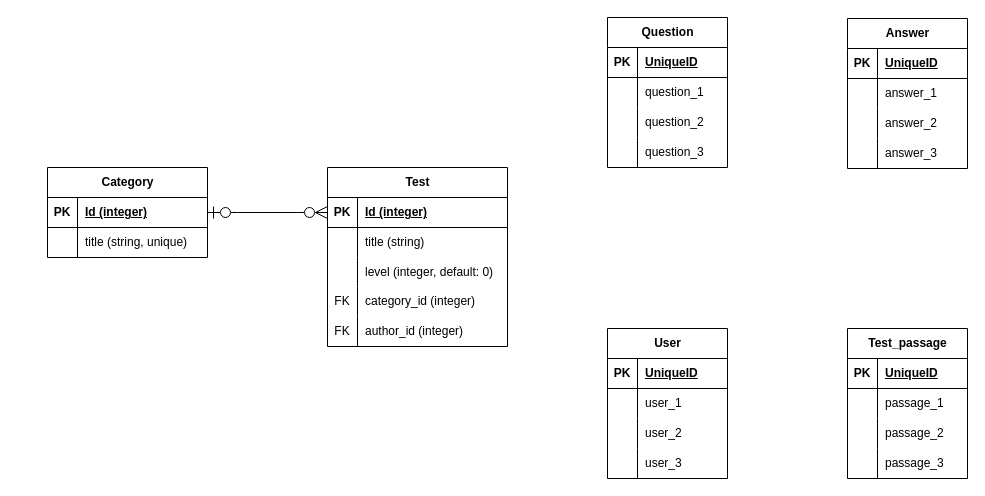
This is Untitled Diagram.drawio from RomaVega/test-guru, a draw.io file, before an edit. Source tidied: cells renumbered, new cells numbered last; positions are measured from the earlier drawing's top-left corner, leaving out a move shared by most shapes. Both pictures are drawn from the tidied source at 100%, with x=0, y=0 at pixel (47, 17).
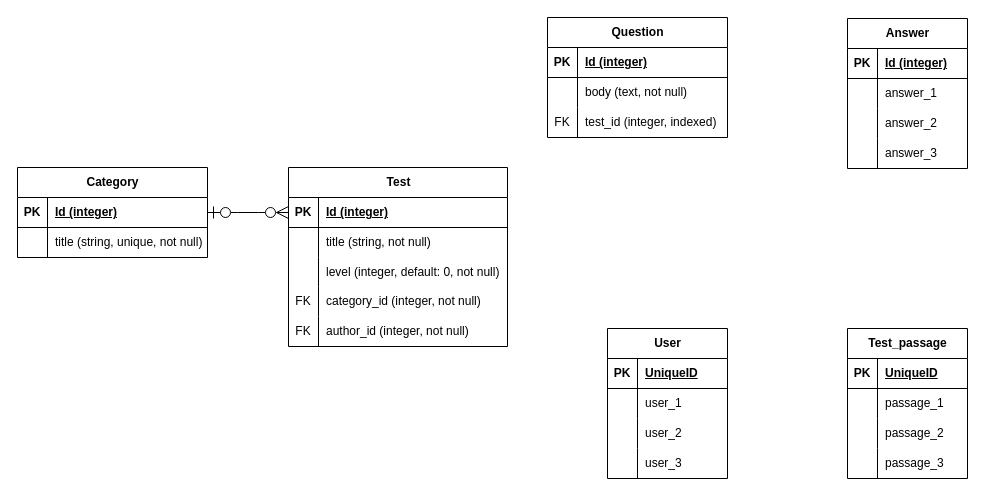
The same diagram, later.

The change refers to these unchanged cells:
```xml
<mxCell id="66" style="shape=tableRow;horizontal=0;startSize=0;swimlaneHead=0;swimlaneBody=0;fillColor=none;top=0;left=0;right=0;bottom=1;fontSize=12;" parent="65" vertex="1">
  <mxGeometry y="30" width="120" height="30" as="geometry" />
</mxCell>
```

What changed in the source:
```diff
@@
     <mxCell id="2" value="Category" style="shape=table;startSize=30;childLayout=tableLayout;rowLines=0;fontStyle=1;align=center;html=1;fontSize=12;" parent="1" vertex="1">
-      <mxGeometry y="150" width="160" height="90" as="geometry" />
+      <mxGeometry x="-30" y="150" width="190" height="90" as="geometry" />
     </mxCell>
     <mxCell id="3" style="shape=tableRow;horizontal=0;startSize=0;swimlaneHead=0;swimlaneBody=0;fillColor=none;points=[[0,0.5],[1,0.5]];portConstraint=eastwest;top=0;left=0;right=0;bottom=1;fontSize=12;" parent="2" vertex="1">
-      <mxGeometry y="30" width="160" height="30" as="geometry" />
+      <mxGeometry y="30" width="190" height="30" as="geometry" />
     </mxCell>
@@
     <mxCell id="5" value="Id (integer)" style="shape=partialRectangle;fillColor=none;top=0;left=0;bottom=0;right=0;align=left;spacingLeft=6;fontStyle=5;overflow=hidden;whiteSpace=wrap;html=1;fontSize=12;" parent="3" vertex="1">
-      <mxGeometry x="30" width="130" height="30" as="geometry" />
+      <mxGeometry x="30" width="160" height="30" as="geometry" />
     </mxCell>
     <mxCell id="6" style="shape=tableRow;horizontal=0;startSize=0;swimlaneHead=0;swimlaneBody=0;fillColor=none;top=0;left=0;right=0;bottom=0;fontSize=12;" parent="2" vertex="1">
-      <mxGeometry y="60" width="160" height="30" as="geometry" />
+      <mxGeometry y="60" width="190" height="30" as="geometry" />
     </mxCell>
@@
-    <mxCell id="8" value="title (string, unique)" style="shape=partialRectangle;fillColor=none;top=0;left=0;bottom=0;right=0;align=left;spacingLeft=6;overflow=hidden;whiteSpace=wrap;html=1;fontSize=12;" parent="6" vertex="1">
-      <mxGeometry x="30" width="130" height="30" as="geometry" />
+    <mxCell id="8" value="title (string, unique, not null)" style="shape=partialRectangle;fillColor=none;top=0;left=0;bottom=0;right=0;align=left;spacingLeft=6;overflow=hidden;whiteSpace=wrap;html=1;fontSize=12;" parent="6" vertex="1">
+      <mxGeometry x="30" width="160" height="30" as="geometry" />
     </mxCell>
     <mxCell id="9" value="Test" style="shape=table;startSize=30;childLayout=tableLayout;rowLines=0;fontStyle=1;align=center;html=1;fontSize=12;" parent="1" vertex="1">
-      <mxGeometry x="280" y="150" width="180" height="179" as="geometry" />
+      <mxGeometry x="241" y="150" width="219" height="179" as="geometry" />
     </mxCell>
     <mxCell id="10" style="shape=tableRow;horizontal=0;startSize=0;swimlaneHead=0;swimlaneBody=0;fillColor=none;points=[[0,0.5],[1,0.5]];portConstraint=eastwest;top=0;left=0;right=0;bottom=1;fontSize=12;" parent="9" vertex="1">
-      <mxGeometry y="30" width="180" height="30" as="geometry" />
+      <mxGeometry y="30" width="219" height="30" as="geometry" />
     </mxCell>
@@
     <mxCell id="12" value="Id (integer)" style="shape=partialRectangle;fillColor=none;top=0;left=0;bottom=0;right=0;align=left;spacingLeft=6;fontStyle=5;overflow=hidden;whiteSpace=wrap;html=1;fontSize=12;" parent="10" vertex="1">
-      <mxGeometry x="30" width="150" height="30" as="geometry" />
+      <mxGeometry x="30" width="189" height="30" as="geometry" />
     </mxCell>
     <mxCell id="13" style="shape=tableRow;horizontal=0;startSize=0;swimlaneHead=0;swimlaneBody=0;fillColor=none;top=0;left=0;right=0;bottom=0;fontSize=12;" parent="9" vertex="1">
-      <mxGeometry y="60" width="180" height="30" as="geometry" />
+      <mxGeometry y="60" width="219" height="30" as="geometry" />
     </mxCell>
@@
-    <mxCell id="15" value="title (string)" style="shape=partialRectangle;fillColor=none;top=0;left=0;bottom=0;right=0;align=left;spacingLeft=6;overflow=hidden;whiteSpace=wrap;html=1;fontSize=12;" parent="13" vertex="1">
-      <mxGeometry x="30" width="150" height="30" as="geometry" />
+    <mxCell id="15" value="title (string, not null)" style="shape=partialRectangle;fillColor=none;top=0;left=0;bottom=0;right=0;align=left;spacingLeft=6;overflow=hidden;whiteSpace=wrap;html=1;fontSize=12;" parent="13" vertex="1">
+      <mxGeometry x="30" width="189" height="30" as="geometry" />
     </mxCell>
     <mxCell id="16" style="shape=tableRow;horizontal=0;startSize=0;swimlaneHead=0;swimlaneBody=0;fillColor=none;top=0;left=0;right=0;bottom=0;fontSize=12;" parent="9" vertex="1">
-      <mxGeometry y="90" width="180" height="29" as="geometry" />
+      <mxGeometry y="90" width="219" height="29" as="geometry" />
     </mxCell>
@@
-    <mxCell id="18" value="level (integer, default: 0)" style="shape=partialRectangle;fillColor=none;top=0;left=0;bottom=0;right=0;align=left;spacingLeft=6;overflow=hidden;whiteSpace=wrap;html=1;fontSize=12;" parent="16" vertex="1">
-      <mxGeometry x="30" width="150" height="29" as="geometry" />
+    <mxCell id="18" value="level (integer, default: 0, not null)" style="shape=partialRectangle;fillColor=none;top=0;left=0;bottom=0;right=0;align=left;spacingLeft=6;overflow=hidden;whiteSpace=wrap;html=1;fontSize=12;" parent="16" vertex="1">
+      <mxGeometry x="30" width="189" height="29" as="geometry" />
     </mxCell>
     <mxCell id="19" style="shape=tableRow;horizontal=0;startSize=0;swimlaneHead=0;swimlaneBody=0;fillColor=none;top=0;left=0;right=0;bottom=0;fontSize=12;" parent="9" vertex="1">
-      <mxGeometry y="119" width="180" height="30" as="geometry" />
+      <mxGeometry y="119" width="219" height="30" as="geometry" />
     </mxCell>
@@
-    <mxCell id="21" value="category_id (integer)" style="shape=partialRectangle;fillColor=none;top=0;left=0;bottom=0;right=0;align=left;spacingLeft=6;overflow=hidden;whiteSpace=wrap;html=1;fontSize=12;" parent="19" vertex="1">
-      <mxGeometry x="30" width="150" height="30" as="geometry" />
+    <mxCell id="21" value="category_id (integer, not null)" style="shape=partialRectangle;fillColor=none;top=0;left=0;bottom=0;right=0;align=left;spacingLeft=6;overflow=hidden;whiteSpace=wrap;html=1;fontSize=12;" parent="19" vertex="1">
+      <mxGeometry x="30" width="189" height="30" as="geometry" />
     </mxCell>
     <mxCell id="22" style="shape=tableRow;horizontal=0;startSize=0;swimlaneHead=0;swimlaneBody=0;fillColor=none;top=0;left=0;right=0;bottom=0;fontSize=12;" parent="9" vertex="1">
-      <mxGeometry y="149" width="180" height="30" as="geometry" />
+      <mxGeometry y="149" width="219" height="30" as="geometry" />
     </mxCell>
@@
-    <mxCell id="24" value="author_id (integer)" style="shape=partialRectangle;fillColor=none;top=0;left=0;bottom=0;right=0;align=left;spacingLeft=6;overflow=hidden;whiteSpace=wrap;html=1;fontSize=12;" parent="22" vertex="1">
-      <mxGeometry x="30" width="150" height="30" as="geometry" />
+    <mxCell id="24" value="author_id (integer, not null)" style="shape=partialRectangle;fillColor=none;top=0;left=0;bottom=0;right=0;align=left;spacingLeft=6;overflow=hidden;whiteSpace=wrap;html=1;fontSize=12;" parent="22" vertex="1">
+      <mxGeometry x="30" width="189" height="30" as="geometry" />
     </mxCell>
@@
     <mxCell id="26" value="Question" style="shape=table;startSize=30;childLayout=tableLayout;rowLines=0;fontStyle=1;align=center;html=1;fontSize=12;" parent="1" vertex="1">
-      <mxGeometry x="560" width="120" height="150" as="geometry" />
+      <mxGeometry x="500" width="180" height="120" as="geometry" />
     </mxCell>
     <mxCell id="27" style="shape=tableRow;horizontal=0;startSize=0;swimlaneHead=0;swimlaneBody=0;fillColor=none;top=0;left=0;right=0;bottom=1;fontSize=12;" parent="26" vertex="1">
-      <mxGeometry y="30" width="120" height="30" as="geometry" />
+      <mxGeometry y="30" width="180" height="30" as="geometry" />
     </mxCell>
@@
-    <mxCell id="29" value="UniqueID" style="shape=partialRectangle;fillColor=none;top=0;left=0;bottom=0;right=0;align=left;spacingLeft=6;fontStyle=5;overflow=hidden;whiteSpace=wrap;html=1;fontSize=12;" parent="27" vertex="1">
-      <mxGeometry x="30" width="90" height="30" as="geometry" />
+    <mxCell id="29" value="Id (integer)" style="shape=partialRectangle;fillColor=none;top=0;left=0;bottom=0;right=0;align=left;spacingLeft=6;fontStyle=5;overflow=hidden;whiteSpace=wrap;html=1;fontSize=12;" parent="27" vertex="1">
+      <mxGeometry x="30" width="150" height="30" as="geometry" />
     </mxCell>
     <mxCell id="30" style="shape=tableRow;horizontal=0;startSize=0;swimlaneHead=0;swimlaneBody=0;fillColor=none;top=0;left=0;right=0;bottom=0;fontSize=12;" parent="26" vertex="1">
-      <mxGeometry y="60" width="120" height="30" as="geometry" />
+      <mxGeometry y="60" width="180" height="30" as="geometry" />
     </mxCell>
@@
-    <mxCell id="32" value="question_1" style="shape=partialRectangle;fillColor=none;top=0;left=0;bottom=0;right=0;align=left;spacingLeft=6;overflow=hidden;whiteSpace=wrap;html=1;fontSize=12;" parent="30" vertex="1">
-      <mxGeometry x="30" width="90" height="30" as="geometry" />
+    <mxCell id="32" value="body (text, not null)" style="shape=partialRectangle;fillColor=none;top=0;left=0;bottom=0;right=0;align=left;spacingLeft=6;overflow=hidden;whiteSpace=wrap;html=1;fontSize=12;" parent="30" vertex="1">
+      <mxGeometry x="30" width="150" height="30" as="geometry" />
     </mxCell>
     <mxCell id="33" style="shape=tableRow;horizontal=0;startSize=0;swimlaneHead=0;swimlaneBody=0;fillColor=none;top=0;left=0;right=0;bottom=0;fontSize=12;" parent="26" vertex="1">
-      <mxGeometry y="90" width="120" height="30" as="geometry" />
+      <mxGeometry y="90" width="180" height="30" as="geometry" />
     </mxCell>
-    <mxCell id="34" style="shape=partialRectangle;fillColor=none;top=0;left=0;bottom=0;right=0;overflow=hidden;whiteSpace=wrap;html=1;fontSize=12;" parent="33" vertex="1">
+    <mxCell id="34" value="FK" style="shape=partialRectangle;fillColor=none;top=0;left=0;bottom=0;right=0;overflow=hidden;whiteSpace=wrap;html=1;fontSize=12;" parent="33" vertex="1">
       <mxGeometry width="30" height="30" as="geometry" />
     </mxCell>
-    <mxCell id="35" value="question_2" style="shape=partialRectangle;fillColor=none;top=0;left=0;bottom=0;right=0;align=left;spacingLeft=6;overflow=hidden;whiteSpace=wrap;html=1;fontSize=12;" parent="33" vertex="1">
-      <mxGeometry x="30" width="90" height="30" as="geometry" />
+    <mxCell id="35" value="test_id (integer, indexed)" style="shape=partialRectangle;fillColor=none;top=0;left=0;bottom=0;right=0;align=left;spacingLeft=6;overflow=hidden;whiteSpace=wrap;html=1;fontSize=12;" parent="33" vertex="1">
+      <mxGeometry x="30" width="150" height="30" as="geometry" />
     </mxCell>
-    <mxCell id="36" style="shape=tableRow;horizontal=0;startSize=0;swimlaneHead=0;swimlaneBody=0;fillColor=none;top=0;left=0;right=0;bottom=0;fontSize=12;" parent="26" vertex="1">
-      <mxGeometry y="120" width="120" height="30" as="geometry" />
-    </mxCell>
-    <mxCell id="37" style="shape=partialRectangle;fillColor=none;top=0;left=0;bottom=0;right=0;overflow=hidden;whiteSpace=wrap;html=1;fontSize=12;" parent="36" vertex="1">
-      <mxGeometry width="30" height="30" as="geometry" />
-    </mxCell>
-    <mxCell id="38" value="question_3" style="shape=partialRectangle;fillColor=none;top=0;left=0;bottom=0;right=0;align=left;spacingLeft=6;overflow=hidden;whiteSpace=wrap;html=1;fontSize=12;" parent="36" vertex="1">
-      <mxGeometry x="30" width="90" height="30" as="geometry" />
-    </mxCell>
@@
-    <mxCell id="68" value="UniqueID" style="shape=partialRectangle;fillColor=none;top=0;left=0;bottom=0;right=0;align=left;spacingLeft=6;fontStyle=5;overflow=hidden;whiteSpace=wrap;html=1;fontSize=12;" parent="66" vertex="1">
+    <mxCell id="68" value="Id (integer)" style="shape=partialRectangle;fillColor=none;top=0;left=0;bottom=0;right=0;align=left;spacingLeft=6;fontStyle=5;overflow=hidden;whiteSpace=wrap;html=1;fontSize=12;" parent="66" vertex="1">
       <mxGeometry x="30" width="90" height="30" as="geometry" />
     </mxCell>
```
